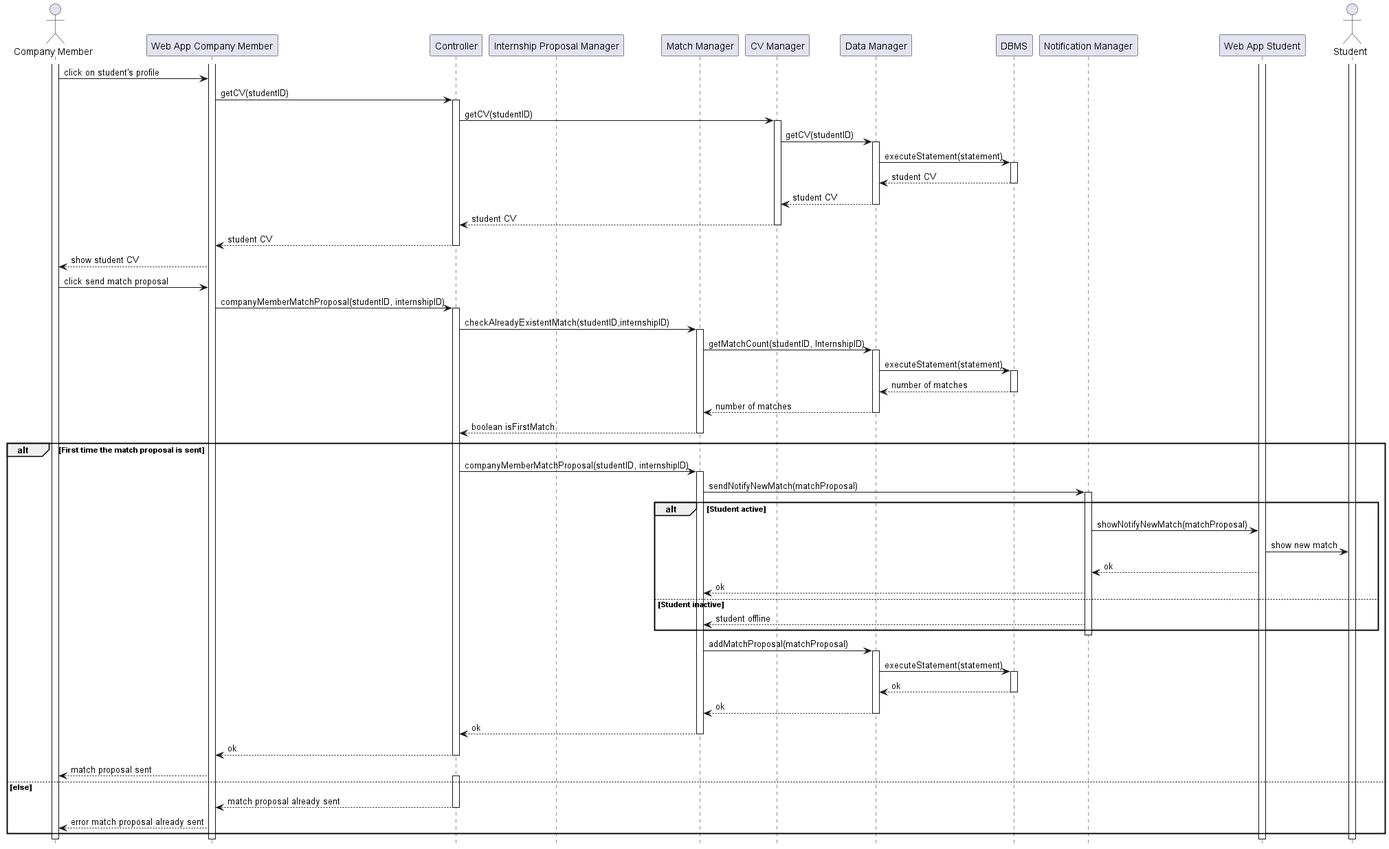
Before: DD/Architectural_design/uml_diagrams/RV17_diagram.png, a diagram exported from PlantUML (matti8702/R_and_DD_project_SE2).
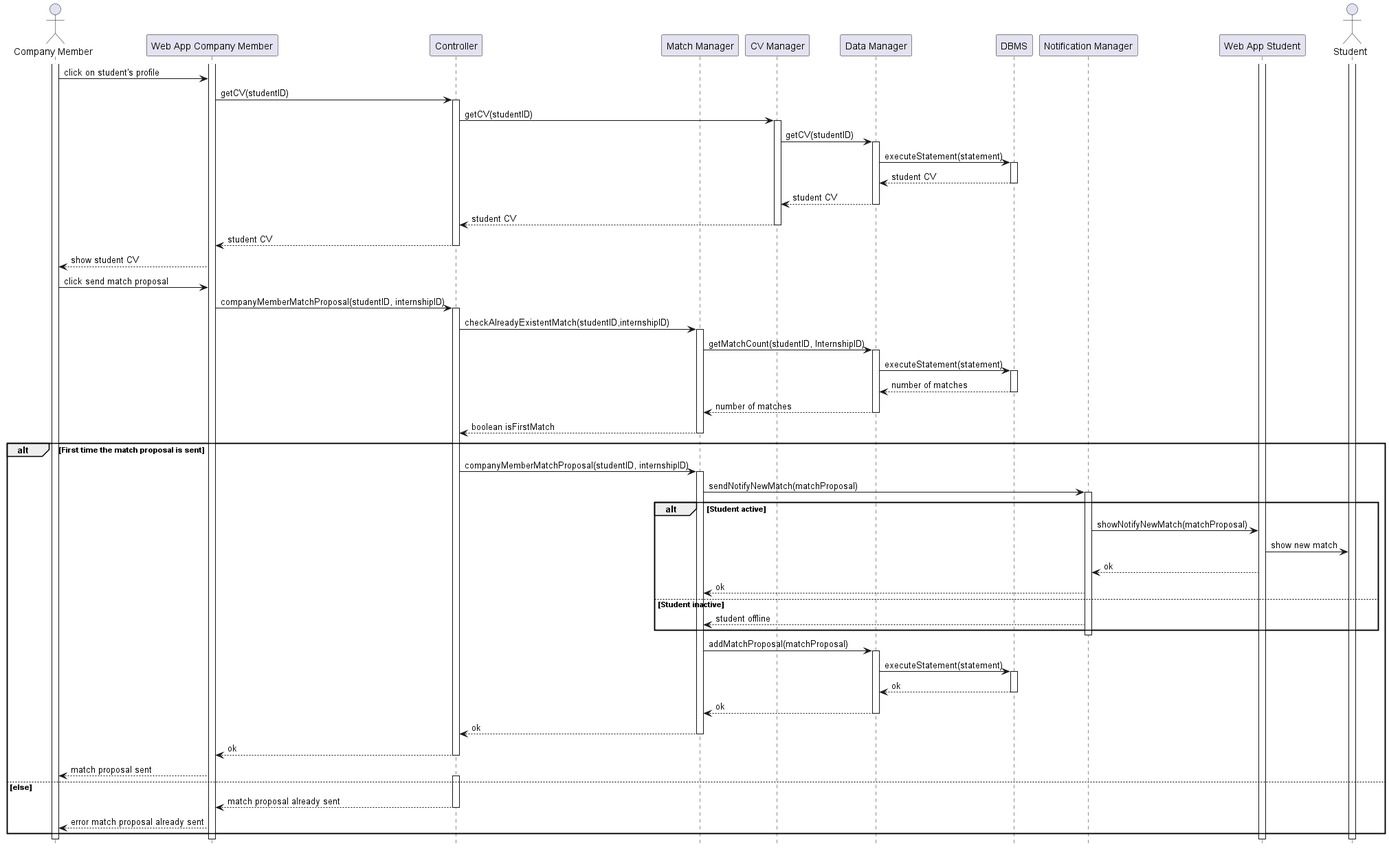
The same file after the commit.

The edit, as a diff of the source:
```diff
@@ -4,7 +4,6 @@
 actor "Company Member" as CM
 participant "Web App Company Member" as W
 participant "Controller" AS C
-participant "Internship Proposal Manager" as IP
 participant "Match Manager" as M
 participant "CV Manager" as CV
 participant "Data Manager" as DM
```
